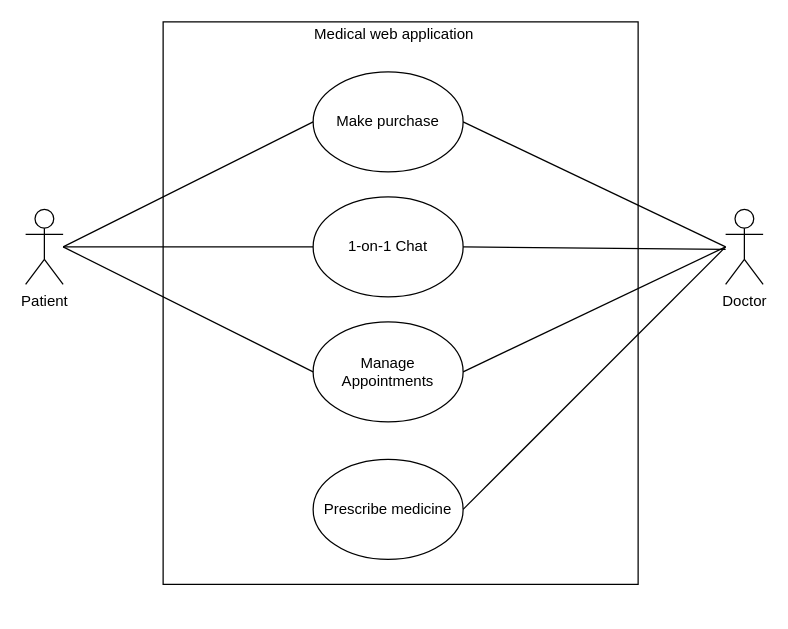
The draw.io diagram Report/uc.drawio in hieuchi911/WADProject, before the edit. Source tidied: cells renumbered, new cells numbered last; positions are measured from the earlier drawing's top-left corner, leaving out a move shared by most shapes. Both pictures are drawn from the tidied source at 125%, with x=0, y=0 at pixel (25, 21).
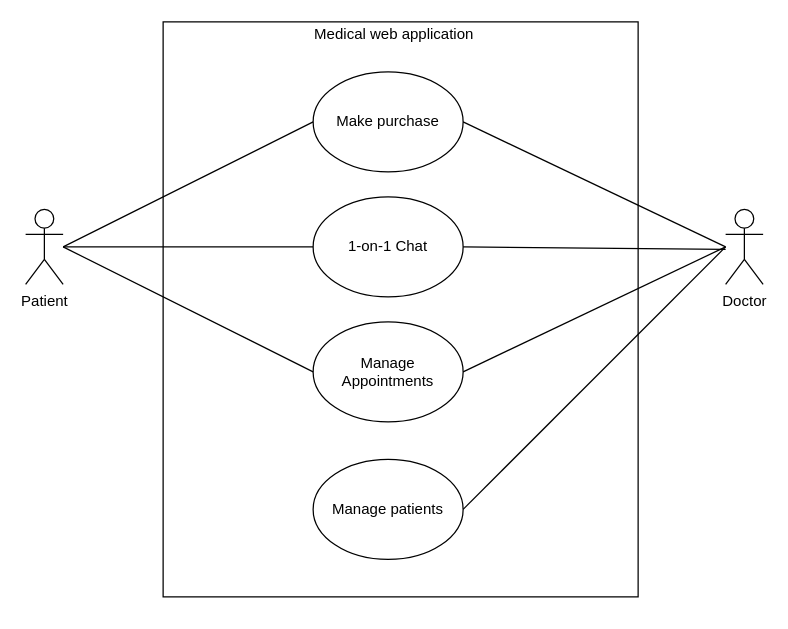
Above is the later version.

The edit, as a diff of the source:
```diff
@@
     <mxCell id="2" style="rounded=0;whiteSpace=wrap;html=1;" parent="1" vertex="1">
-      <mxGeometry x="110" width="380" height="450" as="geometry" />
+      <mxGeometry x="110" width="380" height="460" as="geometry" />
     </mxCell>
@@
-    <mxCell id="15" value="Prescribe medicine" style="ellipse;whiteSpace=wrap;html=1;" parent="1" vertex="1">
+    <mxCell id="15" value="Manage patients" style="ellipse;whiteSpace=wrap;html=1;" parent="1" vertex="1">
       <mxGeometry x="230" y="350" width="120" height="80" as="geometry" />
     </mxCell>
@@
+    <mxCell id="17" style="edgeStyle=orthogonalEdgeStyle;rounded=0;orthogonalLoop=1;jettySize=auto;html=1;exitX=0.5;exitY=1;exitDx=0;exitDy=0;" parent="1" edge="1" source="2" target="2">
+      <mxGeometry relative="1" as="geometry" />
+    </mxCell>
```
